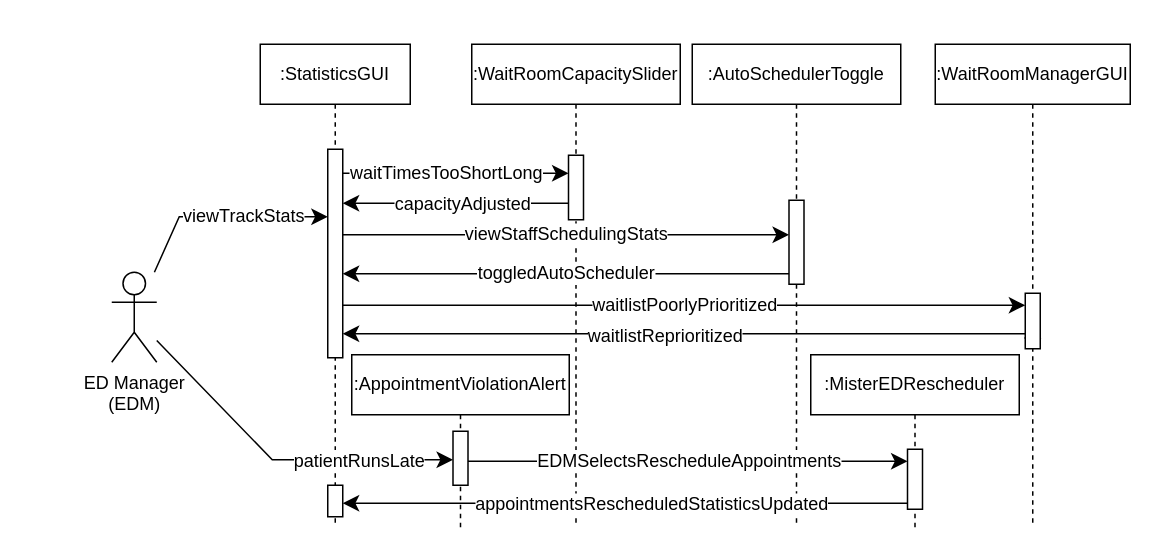
SENG-350-2024-fall/Team9 keeps this draw.io diagram as AmirWork/M2/ED_Manager_SequenceDiagram.drawio. Above is the earlier version. Source tidied: cells renumbered, new cells numbered last; positions are measured from the earlier drawing's top-left corner, leaving out a move shared by most shapes. Both pictures are drawn from the tidied source at 150%, with x=0, y=0 at pixel (72, 38).
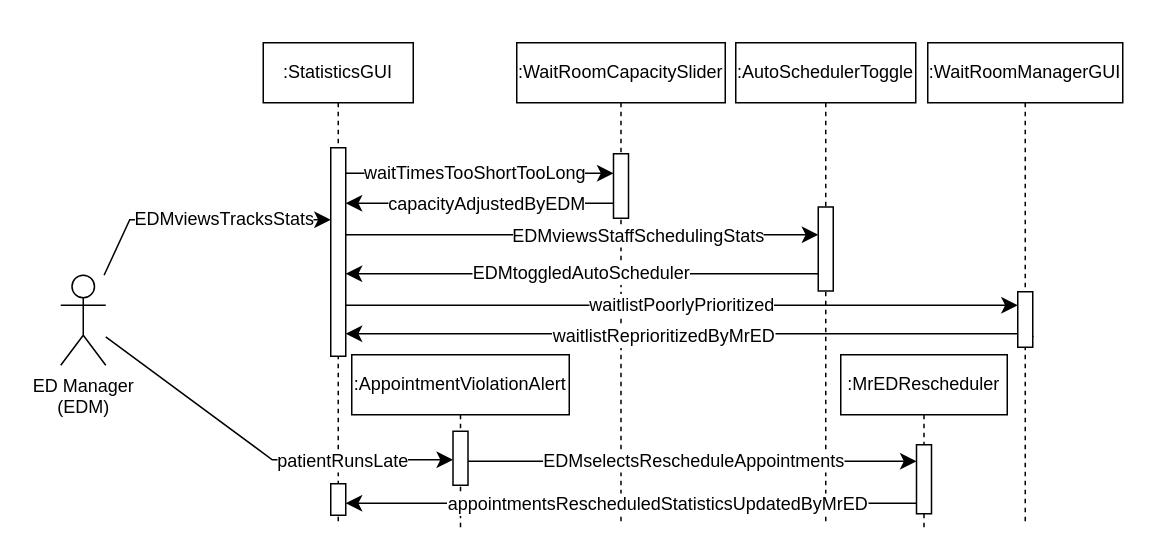
Above is the later version.

The change refers to these unchanged cells:
```xml
<mxCell id="5" style="html=1;points=[];perimeter=orthogonalPerimeter;outlineConnect=0;targetShapes=umlLifeline;portConstraint=eastwest;newEdgeStyle={&quot;edgeStyle&quot;:&quot;elbowEdgeStyle&quot;,&quot;elbow&quot;:&quot;vertical&quot;,&quot;curved&quot;:0,&quot;rounded&quot;:0};" parent="4" vertex="1">
  <mxGeometry x="45" y="70" width="10" height="139" as="geometry" />
</mxCell>
<mxCell id="14" style="edgeStyle=elbowEdgeStyle;curved=0;rounded=0;jettySize=auto;html=1;elbow=vertical;fontSize=12;startSize=8;endSize=8;" parent="1" edge="1" source="5" target="8">
  <mxGeometry relative="1" as="geometry">
    <Array as="points">
      <mxPoint x="232" y="90" />
    </Array>
  </mxGeometry>
</mxCell>
<mxCell id="16" style="edgeStyle=elbowEdgeStyle;curved=0;rounded=0;jettySize=auto;html=1;elbow=vertical;fontSize=12;startSize=8;endSize=8;" parent="1" edge="1" source="8" target="5">
  <mxGeometry relative="1" as="geometry">
    <Array as="points">
      <mxPoint x="254" y="110" />
    </Array>
  </mxGeometry>
</mxCell>
<mxCell id="28" style="edgeStyle=elbowEdgeStyle;curved=0;rounded=0;jettySize=auto;html=1;elbow=vertical;fontSize=12;startSize=8;endSize=8;" parent="1" edge="1" source="26" target="5">
  <mxGeometry relative="1" as="geometry">
    <Array as="points">
      <mxPoint x="404" y="197" />
    </Array>
  </mxGeometry>
</mxCell>
<mxCell id="31" style="html=1;points=[];perimeter=orthogonalPerimeter;outlineConnect=0;targetShapes=umlLifeline;portConstraint=eastwest;newEdgeStyle={&quot;edgeStyle&quot;:&quot;elbowEdgeStyle&quot;,&quot;elbow&quot;:&quot;vertical&quot;,&quot;curved&quot;:0,&quot;rounded&quot;:0};" parent="30" vertex="1">
  <mxGeometry x="67.5" y="51" width="10" height="36" as="geometry" />
</mxCell>
<mxCell id="35" style="edgeStyle=elbowEdgeStyle;curved=0;rounded=0;jettySize=auto;html=1;elbow=vertical;fontSize=12;startSize=8;endSize=8;" parent="1" edge="1" source="33" target="6">
  <mxGeometry relative="1" as="geometry">
    <Array as="points">
      <mxPoint x="372" y="310" />
    </Array>
  </mxGeometry>
</mxCell>
```

Diff of the diagram source:
```diff
@@
     <mxCell id="2" style="rounded=0;whiteSpace=wrap;html=1;strokeColor=none;" parent="1" vertex="1">
-      <mxGeometry x="557" width="156" height="331" as="geometry" />
+      <mxGeometry x="557" y="-8" width="150" height="339" as="geometry" />
     </mxCell>
     <mxCell id="3" style="rounded=0;whiteSpace=wrap;html=1;strokeColor=none;" parent="1" vertex="1">
-      <mxGeometry width="151" height="271" as="geometry" />
+      <mxGeometry x="-31" y="3" width="182" height="268" as="geometry" />
     </mxCell>
     <mxCell id="4" value=":StatisticsGUI" style="shape=umlLifeline;perimeter=lifelinePerimeter;whiteSpace=wrap;html=1;newEdgeStyle={&quot;edgeStyle&quot;:&quot;elbowEdgeStyle&quot;,&quot;elbow&quot;:&quot;vertical&quot;,&quot;curved&quot;:0,&quot;rounded&quot;:0};" parent="1" vertex="1">
-      <mxGeometry x="125" y="4" width="100" height="322" as="geometry" />
+      <mxGeometry x="127" y="3" width="100" height="322" as="geometry" />
     </mxCell>
@@
     <mxCell id="7" value=":WaitRoomCapacitySlider" style="shape=umlLifeline;perimeter=lifelinePerimeter;whiteSpace=wrap;html=1;newEdgeStyle={&quot;edgeStyle&quot;:&quot;elbowEdgeStyle&quot;,&quot;elbow&quot;:&quot;vertical&quot;,&quot;curved&quot;:0,&quot;rounded&quot;:0};" parent="1" vertex="1">
-      <mxGeometry x="266" y="4" width="139" height="320" as="geometry" />
+      <mxGeometry x="296" y="3" width="139" height="320" as="geometry" />
     </mxCell>
@@
     <mxCell id="9" style="edgeStyle=none;curved=0;rounded=0;jettySize=auto;html=1;fontSize=12;startSize=8;endSize=8;" parent="1" edge="1" source="13" target="5">
       <mxGeometry x="-0.02" y="4" relative="1" as="geometry">
         <Array as="points">
-          <mxPoint x="71" y="119" />
+          <mxPoint x="38" y="121" />
         </Array>
       </mxGeometry>
     </mxCell>
-    <mxCell id="10" value="viewTrackStats" style="edgeLabel;html=1;align=center;verticalAlign=middle;fontSize=12;" parent="9" vertex="1">
+    <mxCell id="10" value="&lt;span style=&quot;background-color: rgb(251, 251, 251);&quot;&gt;EDM&lt;/span&gt;viewsTracksStats" style="edgeLabel;html=1;align=center;verticalAlign=middle;fontSize=12;" parent="9" vertex="1">
       <mxGeometry x="0.09" y="-1" relative="1" as="geometry">
-        <mxPoint x="7" y="-2" as="offset" />
+        <mxPoint x="8" y="-2" as="offset" />
       </mxGeometry>
     </mxCell>
@@
     <mxCell id="13" value="ED Manager&lt;div&gt;(EDM)&lt;/div&gt;" style="shape=umlActor;verticalLabelPosition=bottom;verticalAlign=top;html=1;outlineConnect=0;" parent="1" vertex="1">
-      <mxGeometry x="26" y="156" width="30" height="60" as="geometry" />
+      <mxGeometry x="-8" y="158" width="30" height="60" as="geometry" />
     </mxCell>
@@
-    <mxCell id="15" value="waitTimesTooShortLong" style="edgeLabel;html=1;align=center;verticalAlign=middle;fontSize=12;" parent="14" vertex="1">
+    <mxCell id="15" value="waitTimesTooShortTooLong" style="edgeLabel;html=1;align=center;verticalAlign=middle;fontSize=12;" parent="14" vertex="1">
       <mxGeometry x="0.2" y="1" relative="1" as="geometry">
         <mxPoint x="-22" as="offset" />
       </mxGeometry>
     </mxCell>
@@
-    <mxCell id="17" value="capacityAdjusted" style="edgeLabel;html=1;align=center;verticalAlign=middle;fontSize=12;" parent="16" vertex="1">
+    <mxCell id="17" value="capacityAdjustedByEDM" style="edgeLabel;html=1;align=center;verticalAlign=middle;fontSize=12;" parent="16" vertex="1">
       <mxGeometry x="-0.05" relative="1" as="geometry" />
     </mxCell>
     <mxCell id="18" value=":AutoSchedulerToggle" style="shape=umlLifeline;perimeter=lifelinePerimeter;whiteSpace=wrap;html=1;newEdgeStyle={&quot;edgeStyle&quot;:&quot;elbowEdgeStyle&quot;,&quot;elbow&quot;:&quot;vertical&quot;,&quot;curved&quot;:0,&quot;rounded&quot;:0};" parent="1" vertex="1">
-      <mxGeometry x="413" y="4" width="139" height="319" as="geometry" />
+      <mxGeometry x="442" y="3" width="120" height="319" as="geometry" />
     </mxCell>
     <mxCell id="19" style="html=1;points=[];perimeter=orthogonalPerimeter;outlineConnect=0;targetShapes=umlLifeline;portConstraint=eastwest;newEdgeStyle={&quot;edgeStyle&quot;:&quot;elbowEdgeStyle&quot;,&quot;elbow&quot;:&quot;vertical&quot;,&quot;curved&quot;:0,&quot;rounded&quot;:0};" parent="18" vertex="1">
-      <mxGeometry x="64.5" y="104" width="10" height="56" as="geometry" />
+      <mxGeometry x="55" y="109.5" width="10" height="56" as="geometry" />
     </mxCell>
-    <mxCell id="20" value="viewStaffSchedulingStats" style="edgeStyle=elbowEdgeStyle;curved=0;rounded=0;jettySize=auto;html=1;elbow=vertical;fontSize=12;startSize=8;endSize=8;" parent="1" edge="1" source="5" target="19">
-      <mxGeometry relative="1" as="geometry">
+    <mxCell id="20" style="edgeStyle=elbowEdgeStyle;curved=0;rounded=0;jettySize=auto;html=1;elbow=vertical;fontSize=12;startSize=8;endSize=8;" parent="1" edge="1" source="5" target="19">
+      <mxGeometry x="-0.07" y="-3" relative="1" as="geometry">
         <Array as="points">
           <mxPoint x="334" y="131" />
         </Array>
       </mxGeometry>
     </mxCell>
+    <mxCell id="37" value="EDMviewsStaffSchedulingStats" style="edgeLabel;html=1;align=center;verticalAlign=middle;fontSize=12;" parent="20" vertex="1">
+      <mxGeometry x="0.35" y="1" relative="1" as="geometry">
+        <mxPoint x="-19" y="1" as="offset" />
+      </mxGeometry>
+    </mxCell>
-    <mxCell id="21" value="toggledAutoScheduler" style="edgeStyle=elbowEdgeStyle;curved=0;rounded=0;jettySize=auto;html=1;elbow=vertical;fontSize=12;startSize=8;endSize=8;" parent="1" edge="1" source="19" target="5">
+    <mxCell id="21" value="EDMtoggledAutoScheduler" style="edgeStyle=elbowEdgeStyle;curved=0;rounded=0;jettySize=auto;html=1;elbow=vertical;fontSize=12;startSize=8;endSize=8;" parent="1" edge="1" source="19" target="5">
       <mxGeometry relative="1" as="geometry">
         <Array as="points">
           <mxPoint x="335" y="157" />
         </Array>
       </mxGeometry>
     </mxCell>
     <mxCell id="22" value=":WaitRoomManagerGUI" style="shape=umlLifeline;perimeter=lifelinePerimeter;whiteSpace=wrap;html=1;outlineConnect=0;portConstraint=eastwest;newEdgeStyle={&quot;edgeStyle&quot;:&quot;elbowEdgeStyle&quot;,&quot;elbow&quot;:&quot;vertical&quot;,&quot;curved&quot;:0,&quot;rounded&quot;:0};" parent="1" vertex="1">
-      <mxGeometry x="575" y="4" width="130" height="322" as="geometry" />
+      <mxGeometry x="570" y="3" width="130" height="322" as="geometry" />
     </mxCell>
@@
-    <mxCell id="29" value="waitlistReprioritized" style="edgeLabel;html=1;align=center;verticalAlign=middle;fontSize=12;" parent="28" vertex="1">
+    <mxCell id="29" value="waitlistReprioritizedByMrED" style="edgeLabel;html=1;align=center;verticalAlign=middle;fontSize=12;" parent="28" vertex="1">
       <mxGeometry x="0.06" y="1" relative="1" as="geometry" />
     </mxCell>
@@
-    <mxCell id="32" value=":MisterEDRescheduler" style="shape=umlLifeline;perimeter=lifelinePerimeter;whiteSpace=wrap;html=1;newEdgeStyle={&quot;edgeStyle&quot;:&quot;elbowEdgeStyle&quot;,&quot;elbow&quot;:&quot;vertical&quot;,&quot;curved&quot;:0,&quot;rounded&quot;:0};" parent="1" vertex="1">
-      <mxGeometry x="492" y="211" width="139" height="117" as="geometry" />
+    <mxCell id="32" value=":MrEDRescheduler" style="shape=umlLifeline;perimeter=lifelinePerimeter;whiteSpace=wrap;html=1;newEdgeStyle={&quot;edgeStyle&quot;:&quot;elbowEdgeStyle&quot;,&quot;elbow&quot;:&quot;vertical&quot;,&quot;curved&quot;:0,&quot;rounded&quot;:0};" parent="1" vertex="1">
+      <mxGeometry x="512" y="211" width="111" height="117" as="geometry" />
     </mxCell>
     <mxCell id="33" style="html=1;points=[];perimeter=orthogonalPerimeter;outlineConnect=0;targetShapes=umlLifeline;portConstraint=eastwest;newEdgeStyle={&quot;edgeStyle&quot;:&quot;elbowEdgeStyle&quot;,&quot;elbow&quot;:&quot;vertical&quot;,&quot;curved&quot;:0,&quot;rounded&quot;:0};" parent="32" vertex="1">
-      <mxGeometry x="64.5" y="63" width="10" height="40" as="geometry" />
+      <mxGeometry x="50.5" y="60" width="10" height="46" as="geometry" />
     </mxCell>
-    <mxCell id="34" value="EDMSelectsRescheduleAppointments" style="edgeStyle=elbowEdgeStyle;curved=0;rounded=0;jettySize=auto;html=1;elbow=vertical;fontSize=12;startSize=8;endSize=8;" parent="1" edge="1" source="31" target="33">
+    <mxCell id="34" value="EDMselectsRescheduleAppointments" style="edgeStyle=elbowEdgeStyle;curved=0;rounded=0;jettySize=auto;html=1;elbow=vertical;fontSize=12;startSize=8;endSize=8;" parent="1" edge="1" source="31" target="33">
       <mxGeometry relative="1" as="geometry">
         <Array as="points">
           <mxPoint x="408" y="282" />
         </Array>
       </mxGeometry>
     </mxCell>
@@
-    <mxCell id="36" value="appointmentsRescheduledStatisticsUpdated" style="edgeLabel;html=1;align=center;verticalAlign=middle;fontSize=12;" parent="35" vertex="1">
+    <mxCell id="36" value="appointmentsRescheduledStatisticsUpdatedByMrED" style="edgeLabel;html=1;align=center;verticalAlign=middle;fontSize=12;" parent="35" vertex="1">
       <mxGeometry x="-0.09" relative="1" as="geometry" />
     </mxCell>
```
